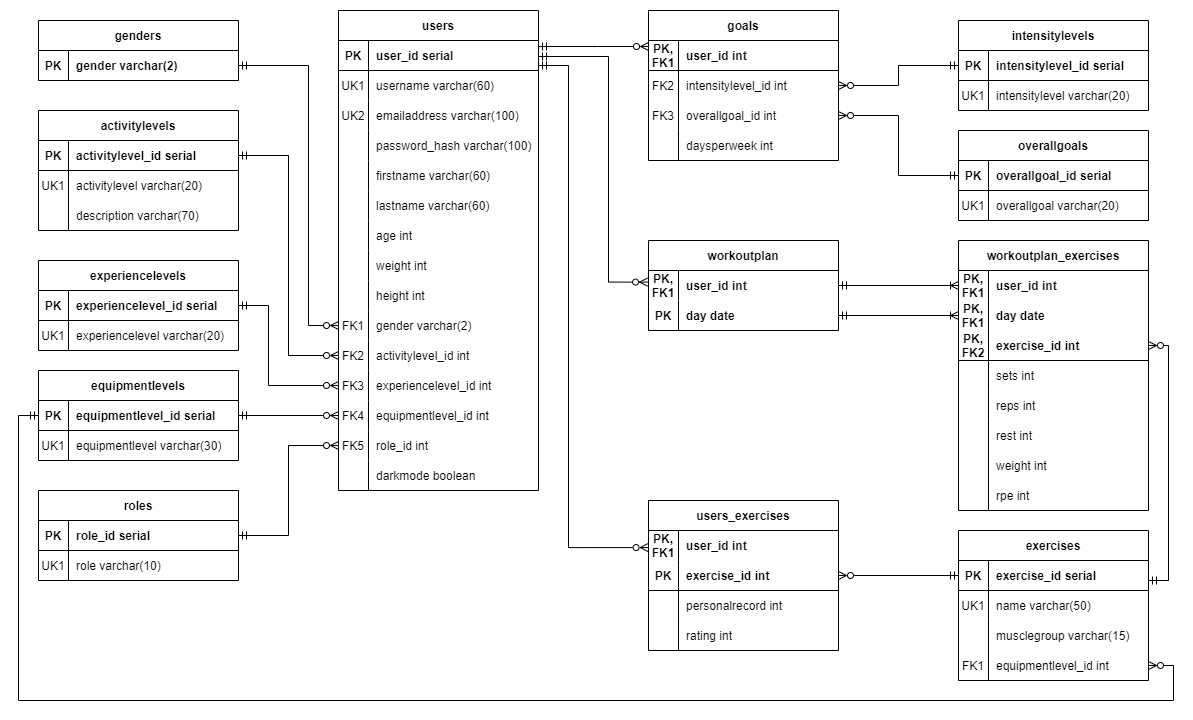
Earlier version of the draw.io export ER_diagram.png (deanpayne6/fitForgeBackEnd). Source tidied: cells renumbered, new cells last; positions are measured from the earlier drawing's top-left corner, leaving out a move shared by most shapes.
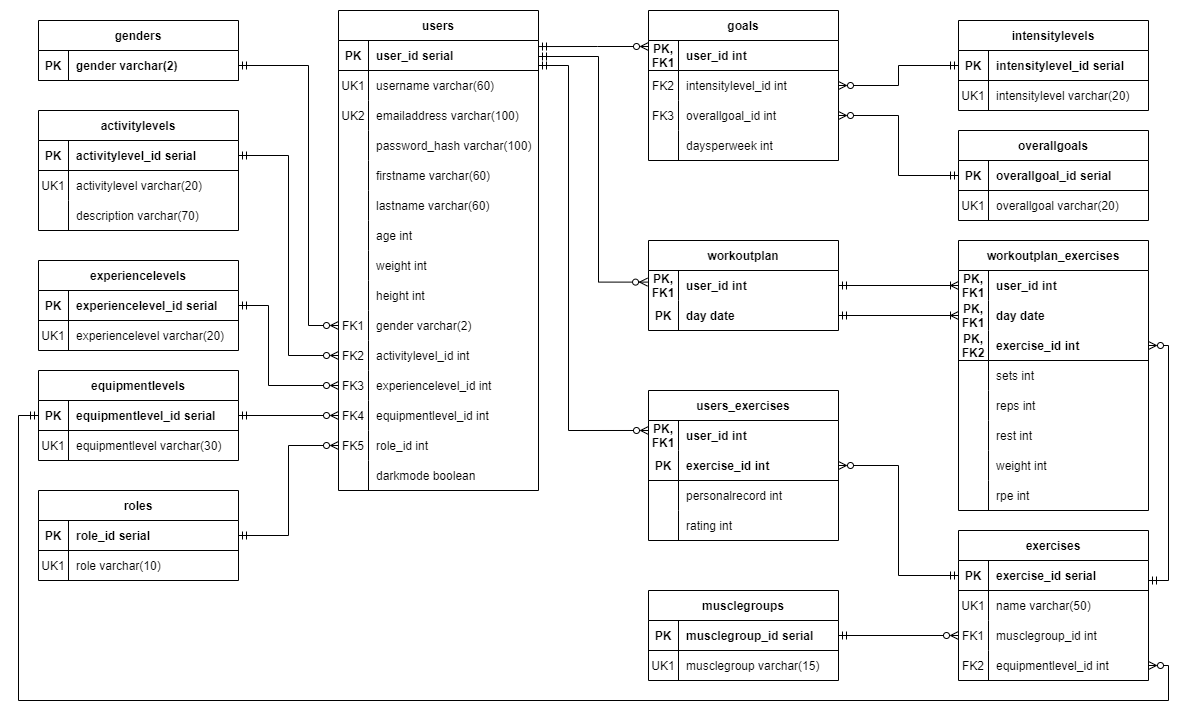
The same diagram one commit later.

What changed in the source:
```diff
@@ -343,7 +343,7 @@
       <mxGeometry relative="1" as="geometry" />
     </mxCell>
     <mxCell id="110" value="users_exercises" style="shape=table;startSize=30;rowLines=0;fontStyle=1;align=center;" parent="1" vertex="1">
-      <mxGeometry x="630" y="490" width="190" height="150" as="geometry" />
+      <mxGeometry x="630" y="380" width="190" height="150" as="geometry" />
     </mxCell>
     <mxCell id="111" style="shape=tableRow;horizontal=0;startSize=0;swimlaneHead=0;swimlaneBody=0;fillColor=none;points=[[0,0.5],[1,0.5]];portConstraint=eastwest;top=0;left=0;right=0;bottom=0;" parent="110" vertex="1">
       <mxGeometry y="30" width="190" height="30" as="geometry" />
@@ -384,8 +384,8 @@
     <mxCell id="123" style="edgeStyle=orthogonalEdgeStyle;rounded=0;jettySize=auto;html=1;endArrow=ERzeroToMany;endFill=0;startArrow=ERmandOne;startFill=0;entryX=-0.005;entryY=0.387;entryDx=0;entryDy=0;entryPerimeter=0;" parent="1" edge="1" source="3" target="139">
       <mxGeometry relative="1" as="geometry">
         <Array as="points">
-          <mxPoint x="590" y="46" />
-          <mxPoint x="590" y="272" />
+          <mxPoint x="580" y="46" />
+          <mxPoint x="580" y="272" />
         </Array>
       </mxGeometry>
     </mxCell>
@@ -416,16 +416,16 @@
     <mxCell id="132" style="shape=tableRow;horizontal=0;startSize=0;swimlaneHead=0;swimlaneBody=0;fillColor=none;points=[[0,0.5],[1,0.5]];portConstraint=eastwest;top=0;left=0;right=0;bottom=0;strokeColor=default;" parent="125" vertex="1">
       <mxGeometry y="90" width="190" height="30" as="geometry" />
     </mxCell>
-    <mxCell id="133" style="shape=partialRectangle;fillColor=none;top=0;left=0;bottom=0;right=0;overflow=hidden;strokeColor=default;" parent="132" vertex="1">
+    <mxCell id="133" value="FK1" style="shape=partialRectangle;fillColor=none;top=0;left=0;bottom=0;right=0;overflow=hidden;strokeColor=default;" parent="132" vertex="1">
       <mxGeometry width="30" height="30" as="geometry" />
     </mxCell>
-    <mxCell id="134" value="musclegroup varchar(15)" style="shape=partialRectangle;fillColor=none;top=0;left=0;bottom=0;right=0;align=left;spacingLeft=6;overflow=hidden;strokeColor=default;" parent="132" vertex="1">
+    <mxCell id="134" value="musclegroup_id int" style="shape=partialRectangle;fillColor=none;top=0;left=0;bottom=0;right=0;align=left;spacingLeft=6;overflow=hidden;strokeColor=default;" parent="132" vertex="1">
       <mxGeometry x="30" width="160" height="30" as="geometry" />
     </mxCell>
     <mxCell id="135" style="shape=tableRow;horizontal=0;startSize=0;swimlaneHead=0;swimlaneBody=0;fillColor=none;points=[[0,0.5],[1,0.5]];portConstraint=eastwest;top=0;left=0;right=0;bottom=0;strokeColor=default;" parent="125" vertex="1">
       <mxGeometry y="120" width="190" height="30" as="geometry" />
     </mxCell>
-    <mxCell id="136" value="FK1" style="shape=partialRectangle;fillColor=none;top=0;left=0;bottom=0;right=0;overflow=hidden;strokeColor=default;" parent="135" vertex="1">
+    <mxCell id="136" value="FK2" style="shape=partialRectangle;fillColor=none;top=0;left=0;bottom=0;right=0;overflow=hidden;strokeColor=default;" parent="135" vertex="1">
       <mxGeometry width="30" height="30" as="geometry" />
     </mxCell>
     <mxCell id="137" value="equipmentlevel_id int" style="shape=partialRectangle;fillColor=none;top=0;left=0;bottom=0;right=0;align=left;spacingLeft=6;overflow=hidden;strokeColor=default;" parent="135" vertex="1">
@@ -452,12 +452,12 @@
     <mxCell id="144" value="day date" style="shape=partialRectangle;fillColor=none;top=0;left=0;bottom=0;right=0;align=left;spacingLeft=6;fontStyle=1;overflow=hidden;" parent="142" vertex="1">
       <mxGeometry x="30" width="160" height="30" as="geometry" />
     </mxCell>
-    <mxCell id="145" style="edgeStyle=orthogonalEdgeStyle;rounded=0;jettySize=auto;html=1;startArrow=ERmandOne;startFill=0;endArrow=ERzeroToMany;endFill=0;entryX=-0.002;entryY=0.569;entryDx=0;entryDy=0;entryPerimeter=0;" parent="1" edge="1" target="111">
+    <mxCell id="145" style="edgeStyle=orthogonalEdgeStyle;rounded=0;jettySize=auto;html=1;startArrow=ERmandOne;startFill=0;endArrow=ERzeroToMany;endFill=0;entryX=0;entryY=0.333;entryDx=0;entryDy=0;entryPerimeter=0;" parent="1" edge="1" target="111">
       <mxGeometry relative="1" as="geometry">
         <mxPoint x="520" y="55" as="sourcePoint" />
         <Array as="points">
           <mxPoint x="550" y="55" />
-          <mxPoint x="550" y="537" />
+          <mxPoint x="550" y="420" />
         </Array>
       </mxGeometry>
     </mxCell>
@@ -574,10 +574,34 @@
         <Array as="points">
           <mxPoint y="405" />
           <mxPoint y="690" />
-          <mxPoint x="1155" y="690" />
-          <mxPoint x="1155" y="655" />
+          <mxPoint x="1150" y="690" />
+          <mxPoint x="1150" y="655" />
         </Array>
       </mxGeometry>
     </mxCell>
+    <mxCell id="183" value="musclegroups" style="shape=table;startSize=30;rowLines=0;fontStyle=1;align=center;strokeColor=default;" parent="1" vertex="1">
+      <mxGeometry x="630" y="580" width="190" height="90" as="geometry" />
+    </mxCell>
+    <mxCell id="184" style="shape=tableRow;horizontal=0;startSize=0;swimlaneHead=0;swimlaneBody=0;fillColor=none;points=[[0,0.5],[1,0.5]];portConstraint=eastwest;top=0;left=0;right=0;bottom=1;strokeColor=default;" parent="183" vertex="1">
+      <mxGeometry y="30" width="190" height="30" as="geometry" />
+    </mxCell>
+    <mxCell id="185" value="PK" style="shape=partialRectangle;fillColor=none;top=0;left=0;bottom=0;right=0;fontStyle=1;overflow=hidden;strokeColor=default;" parent="184" vertex="1">
+      <mxGeometry width="30" height="30" as="geometry" />
+    </mxCell>
+    <mxCell id="186" value="musclegroup_id serial" style="shape=partialRectangle;fillColor=none;top=0;left=0;bottom=0;right=0;align=left;spacingLeft=6;fontStyle=1;overflow=hidden;strokeColor=default;" parent="184" vertex="1">
+      <mxGeometry x="30" width="160" height="30" as="geometry" />
+    </mxCell>
+    <mxCell id="187" style="shape=tableRow;horizontal=0;startSize=0;swimlaneHead=0;swimlaneBody=0;fillColor=none;top=0;left=0;right=0;bottom=0;strokeColor=default;" parent="183" vertex="1">
+      <mxGeometry y="60" width="190" height="30" as="geometry" />
+    </mxCell>
+    <mxCell id="188" value="UK1" style="shape=partialRectangle;fillColor=none;top=0;left=0;bottom=0;right=0;overflow=hidden;strokeColor=default;" parent="187" vertex="1">
+      <mxGeometry width="30" height="30" as="geometry" />
+    </mxCell>
+    <mxCell id="189" value="musclegroup varchar(15)" style="shape=partialRectangle;fillColor=none;top=0;left=0;bottom=0;right=0;align=left;spacingLeft=6;overflow=hidden;strokeColor=default;" parent="187" vertex="1">
+      <mxGeometry x="30" width="160" height="30" as="geometry" />
+    </mxCell>
+    <mxCell id="190" style="edgeStyle=orthogonalEdgeStyle;rounded=0;jettySize=auto;html=1;entryX=0;entryY=0.5;entryDx=0;entryDy=0;endArrow=ERzeroToMany;endFill=0;startArrow=ERmandOne;startFill=0;" parent="1" edge="1" source="184" target="132">
+      <mxGeometry relative="1" as="geometry" />
+    </mxCell>
   </root>
 </mxGraphModel>
```
